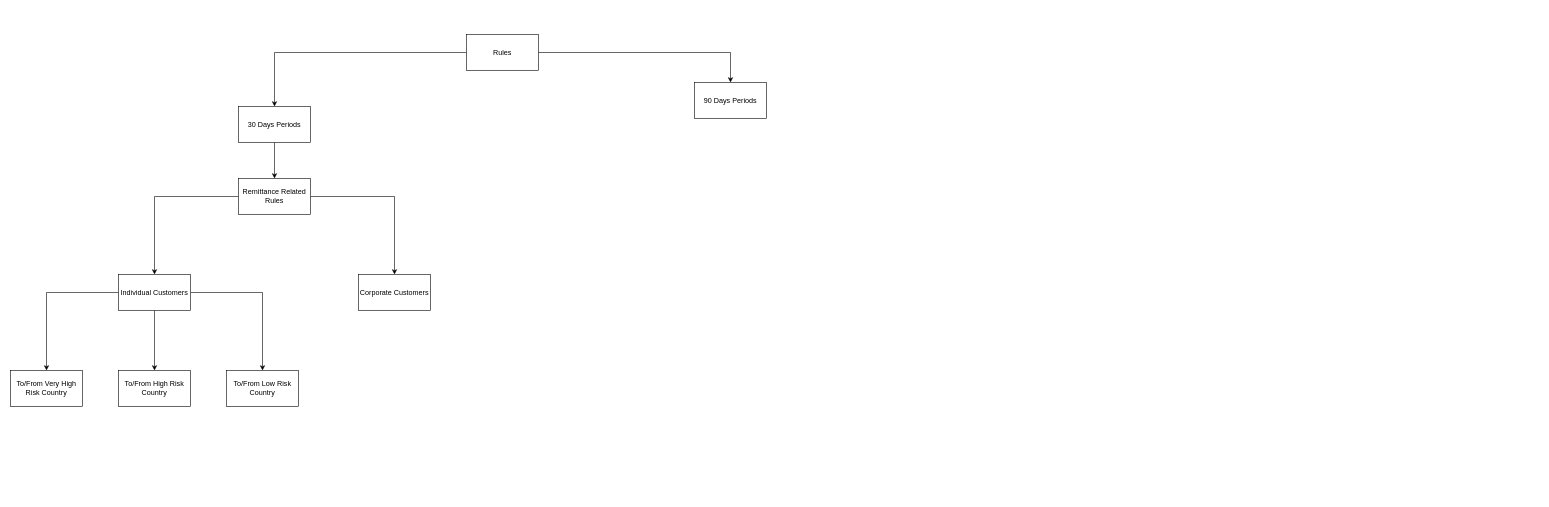
This is Data/Alert Clusters.drawio from eek-dataguy/Unsupervised-ML, a draw.io file, before an edit. Source tidied: cells renumbered, new cells numbered last; positions are measured from the earlier drawing's top-left corner, leaving out a move shared by most shapes. Both pictures are drawn from the tidied source at 60%, with x=0, y=0 at pixel (10, 34).
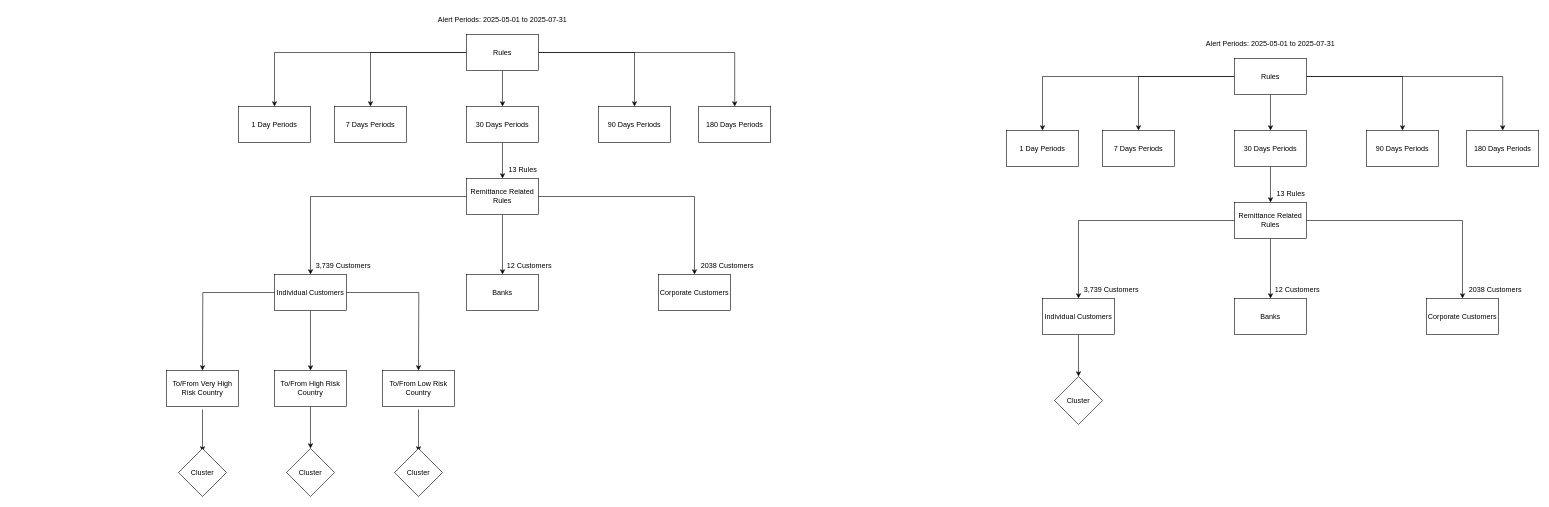
The same page after the edit.

Unchanged cells that the change refers to:
```xml
<mxCell id="4" value="Rules" style="rounded=0;whiteSpace=wrap;html=1;" parent="1" vertex="1">
  <mxGeometry x="760" width="120" height="60" as="geometry" />
</mxCell>
```

Change to the diagram source:
```diff
@@
+    <mxCell id="19" style="edgeStyle=orthogonalEdgeStyle;rounded=0;jettySize=auto;html=1;" parent="1" edge="1" source="4" target="29">
+      <mxGeometry relative="1" as="geometry" />
+    </mxCell>
+    <mxCell id="20" style="edgeStyle=orthogonalEdgeStyle;rounded=0;jettySize=auto;html=1;" parent="1" edge="1" source="4" target="30">
+      <mxGeometry relative="1" as="geometry" />
+    </mxCell>
+    <mxCell id="21" style="edgeStyle=orthogonalEdgeStyle;rounded=0;jettySize=auto;html=1;" parent="1" edge="1" source="4" target="32">
+      <mxGeometry relative="1" as="geometry" />
+    </mxCell>
@@
-    <mxCell id="5" style="edgeStyle=orthogonalEdgeStyle;rounded=0;jettySize=auto;html=1;" parent="1" edge="1" source="6" target="10">
-      <mxGeometry relative="1" as="geometry" />
-    </mxCell>
-    <mxCell id="6" value="30 Days Periods" style="rounded=0;whiteSpace=wrap;html=1;" parent="1" vertex="1">
+    <mxCell id="6" value="1 Day Periods" style="rounded=0;whiteSpace=wrap;html=1;" parent="1" vertex="1">
       <mxGeometry x="380" y="120" width="120" height="60" as="geometry" />
     </mxCell>
-    <mxCell id="7" value="90 Days Periods" style="rounded=0;whiteSpace=wrap;html=1;" parent="1" vertex="1">
-      <mxGeometry x="1140" y="80" width="120" height="60" as="geometry" />
+    <mxCell id="7" value="180 Days Periods" style="rounded=0;whiteSpace=wrap;html=1;" parent="1" vertex="1">
+      <mxGeometry x="1147" y="120" width="120" height="60" as="geometry" />
     </mxCell>
@@
+    <mxCell id="22" style="edgeStyle=orthogonalEdgeStyle;rounded=0;jettySize=auto;html=1;" parent="1" edge="1" source="10" target="33">
+      <mxGeometry relative="1" as="geometry" />
+    </mxCell>
     <mxCell id="10" value="Remittance Related Rules" style="whiteSpace=wrap;html=1;rounded=0;" parent="1" vertex="1">
-      <mxGeometry x="380" y="240" width="120" height="60" as="geometry" />
+      <mxGeometry x="760" y="240" width="120" height="60" as="geometry" />
     </mxCell>
-    <mxCell id="11" style="edgeStyle=orthogonalEdgeStyle;rounded=0;jettySize=auto;html=1;" parent="1" edge="1" source="14" target="16">
-      <mxGeometry relative="1" as="geometry" />
+    <mxCell id="11" style="edgeStyle=orthogonalEdgeStyle;rounded=0;jettySize=auto;html=1;" parent="1" edge="1" source="14">
+      <mxGeometry relative="1" as="geometry">
+        <mxPoint x="320" y="560" as="targetPoint" />
+      </mxGeometry>
     </mxCell>
-    <mxCell id="12" style="edgeStyle=orthogonalEdgeStyle;rounded=0;jettySize=auto;html=1;" parent="1" edge="1" source="14" target="17">
-      <mxGeometry relative="1" as="geometry" />
+    <mxCell id="12" style="edgeStyle=orthogonalEdgeStyle;rounded=0;jettySize=auto;html=1;" parent="1" edge="1" source="14">
+      <mxGeometry relative="1" as="geometry">
+        <mxPoint x="680" y="560" as="targetPoint" />
+      </mxGeometry>
     </mxCell>
@@
     <mxCell id="14" value="Individual Customers" style="rounded=0;whiteSpace=wrap;html=1;" parent="1" vertex="1">
-      <mxGeometry x="180" y="400" width="120" height="60" as="geometry" />
+      <mxGeometry x="440" y="400" width="120" height="60" as="geometry" />
     </mxCell>
     <mxCell id="15" value="Corporate Customers" style="whiteSpace=wrap;html=1;rounded=0;" parent="1" vertex="1">
-      <mxGeometry x="580" y="400" width="120" height="60" as="geometry" />
+      <mxGeometry x="1080" y="400" width="120" height="60" as="geometry" />
     </mxCell>
+    <mxCell id="23" style="edgeStyle=orthogonalEdgeStyle;rounded=0;orthogonalLoop=1;jettySize=auto;html=1;" parent="1" edge="1">
+      <mxGeometry relative="1" as="geometry">
+        <mxPoint x="320" y="625" as="sourcePoint" />
+        <mxPoint x="320" y="695" as="targetPoint" />
+      </mxGeometry>
+    </mxCell>
     <mxCell id="16" value="To/From Very High Risk Country" style="whiteSpace=wrap;html=1;rounded=0;" parent="1" vertex="1">
-      <mxGeometry y="560" width="120" height="60" as="geometry" />
+      <mxGeometry x="260" y="560" width="120" height="60" as="geometry" />
     </mxCell>
+    <mxCell id="24" style="edgeStyle=orthogonalEdgeStyle;rounded=0;orthogonalLoop=1;jettySize=auto;html=1;" parent="1" edge="1">
+      <mxGeometry relative="1" as="geometry">
+        <mxPoint x="680" y="625" as="sourcePoint" />
+        <mxPoint x="680" y="695" as="targetPoint" />
+      </mxGeometry>
+    </mxCell>
     <mxCell id="17" value="To/From Low Risk Country" style="rounded=0;whiteSpace=wrap;html=1;" parent="1" vertex="1">
-      <mxGeometry x="360" y="560" width="120" height="60" as="geometry" />
+      <mxGeometry x="620" y="560" width="120" height="60" as="geometry" />
     </mxCell>
+    <mxCell id="25" style="edgeStyle=orthogonalEdgeStyle;rounded=0;jettySize=auto;html=1;" parent="1" edge="1" source="18" target="27">
+      <mxGeometry relative="1" as="geometry" />
+    </mxCell>
     <mxCell id="18" value="To/From High Risk Country" style="whiteSpace=wrap;html=1;rounded=0;" parent="1" vertex="1">
-      <mxGeometry x="180" y="560" width="120" height="60" as="geometry" />
+      <mxGeometry x="440" y="560" width="120" height="60" as="geometry" />
     </mxCell>
+    <mxCell id="26" value="Cluster" style="rhombus;whiteSpace=wrap;html=1;rounded=0;" parent="1" vertex="1">
+      <mxGeometry x="280" y="690" width="80" height="80" as="geometry" />
+    </mxCell>
+    <mxCell id="27" value="Cluster" style="rhombus;whiteSpace=wrap;html=1;rounded=0;" parent="1" vertex="1">
+      <mxGeometry x="460" y="690" width="80" height="80" as="geometry" />
+    </mxCell>
+    <mxCell id="28" value="Cluster" style="rhombus;whiteSpace=wrap;html=1;rounded=0;" parent="1" vertex="1">
+      <mxGeometry x="640" y="690" width="80" height="80" as="geometry" />
+    </mxCell>
+    <mxCell id="29" value="90 Days Periods" style="rounded=0;whiteSpace=wrap;html=1;" parent="1" vertex="1">
+      <mxGeometry x="980" y="120" width="120" height="60" as="geometry" />
+    </mxCell>
+    <mxCell id="30" value="7 Days Periods" style="whiteSpace=wrap;html=1;rounded=0;" parent="1" vertex="1">
+      <mxGeometry x="540" y="120" width="120" height="60" as="geometry" />
+    </mxCell>
+    <mxCell id="31" style="edgeStyle=orthogonalEdgeStyle;rounded=0;jettySize=auto;html=1;" parent="1" edge="1" source="32" target="10">
+      <mxGeometry relative="1" as="geometry" />
+    </mxCell>
+    <mxCell id="32" value="30 Days Periods" style="whiteSpace=wrap;html=1;rounded=0;" parent="1" vertex="1">
+      <mxGeometry x="760" y="120" width="120" height="60" as="geometry" />
+    </mxCell>
+    <mxCell id="33" value="Banks" style="whiteSpace=wrap;html=1;rounded=0;" parent="1" vertex="1">
+      <mxGeometry x="760" y="400" width="120" height="60" as="geometry" />
+    </mxCell>
+    <mxCell id="34" value="12 Customers" style="text;html=1;align=center;verticalAlign=middle;whiteSpace=wrap;rounded=0;" parent="1" vertex="1">
+      <mxGeometry x="820" y="370" width="90" height="30" as="geometry" />
+    </mxCell>
+    <mxCell id="35" value="3,739 Customers" style="text;html=1;align=center;verticalAlign=middle;whiteSpace=wrap;rounded=0;" parent="1" vertex="1">
+      <mxGeometry x="500" y="370" width="110" height="30" as="geometry" />
+    </mxCell>
+    <mxCell id="36" value="2038 Customers" style="text;html=1;align=center;verticalAlign=middle;whiteSpace=wrap;rounded=0;" parent="1" vertex="1">
+      <mxGeometry x="1140" y="370" width="110" height="30" as="geometry" />
+    </mxCell>
+    <mxCell id="37" value="Alert Periods: 2025-05-01 to 2025-07-31" style="text;html=1;align=center;verticalAlign=middle;whiteSpace=wrap;rounded=0;" parent="1" vertex="1">
+      <mxGeometry x="690" y="-40" width="260" height="30" as="geometry" />
+    </mxCell>
+    <mxCell id="38" value="13 Rules" style="text;html=1;align=center;verticalAlign=middle;whiteSpace=wrap;rounded=0;" parent="1" vertex="1">
+      <mxGeometry x="824" y="210" width="60" height="30" as="geometry" />
+    </mxCell>
+    <mxCell id="39" style="edgeStyle=orthogonalEdgeStyle;rounded=0;jettySize=auto;html=1;" parent="1" edge="1" source="44" target="45">
+      <mxGeometry relative="1" as="geometry" />
+    </mxCell>
+    <mxCell id="40" style="edgeStyle=orthogonalEdgeStyle;rounded=0;jettySize=auto;html=1;" parent="1" edge="1" source="44" target="46">
+      <mxGeometry relative="1" as="geometry" />
+    </mxCell>
+    <mxCell id="41" style="edgeStyle=orthogonalEdgeStyle;rounded=0;jettySize=auto;html=1;" parent="1" edge="1" source="44" target="54">
+      <mxGeometry relative="1" as="geometry" />
+    </mxCell>
+    <mxCell id="42" style="edgeStyle=orthogonalEdgeStyle;rounded=0;jettySize=auto;html=1;" parent="1" edge="1" source="44" target="55">
+      <mxGeometry relative="1" as="geometry" />
+    </mxCell>
+    <mxCell id="43" style="edgeStyle=orthogonalEdgeStyle;rounded=0;jettySize=auto;html=1;" parent="1" edge="1" source="44" target="57">
+      <mxGeometry relative="1" as="geometry" />
+    </mxCell>
+    <mxCell id="44" value="Rules" style="rounded=0;whiteSpace=wrap;html=1;" parent="1" vertex="1">
+      <mxGeometry x="2040" y="40" width="120" height="60" as="geometry" />
+    </mxCell>
+    <mxCell id="45" value="1 Day Periods" style="rounded=0;whiteSpace=wrap;html=1;" parent="1" vertex="1">
+      <mxGeometry x="1660" y="160" width="120" height="60" as="geometry" />
+    </mxCell>
+    <mxCell id="46" value="180 Days Periods" style="rounded=0;whiteSpace=wrap;html=1;" parent="1" vertex="1">
+      <mxGeometry x="2427" y="160" width="120" height="60" as="geometry" />
+    </mxCell>
+    <mxCell id="47" style="edgeStyle=orthogonalEdgeStyle;rounded=0;jettySize=auto;html=1;" parent="1" edge="1" source="50" target="52">
+      <mxGeometry relative="1" as="geometry" />
+    </mxCell>
+    <mxCell id="48" style="edgeStyle=orthogonalEdgeStyle;rounded=0;jettySize=auto;html=1;entryX=0.5;entryY=0;entryDx=0;entryDy=0;" parent="1" edge="1" source="50" target="53">
+      <mxGeometry relative="1" as="geometry" />
+    </mxCell>
+    <mxCell id="49" style="edgeStyle=orthogonalEdgeStyle;rounded=0;jettySize=auto;html=1;" parent="1" edge="1" source="50" target="58">
+      <mxGeometry relative="1" as="geometry" />
+    </mxCell>
+    <mxCell id="50" value="Remittance Related Rules" style="whiteSpace=wrap;html=1;rounded=0;" parent="1" vertex="1">
+      <mxGeometry x="2040" y="280" width="120" height="60" as="geometry" />
+    </mxCell>
+    <mxCell id="51" style="edgeStyle=orthogonalEdgeStyle;rounded=0;jettySize=auto;html=1;" parent="1" edge="1" source="52" target="64">
+      <mxGeometry relative="1" as="geometry" />
+    </mxCell>
+    <mxCell id="52" value="Individual Customers" style="rounded=0;whiteSpace=wrap;html=1;" parent="1" vertex="1">
+      <mxGeometry x="1720" y="440" width="120" height="60" as="geometry" />
+    </mxCell>
+    <mxCell id="53" value="Corporate Customers" style="whiteSpace=wrap;html=1;rounded=0;" parent="1" vertex="1">
+      <mxGeometry x="2360" y="440" width="120" height="60" as="geometry" />
+    </mxCell>
+    <mxCell id="54" value="90 Days Periods" style="rounded=0;whiteSpace=wrap;html=1;" parent="1" vertex="1">
+      <mxGeometry x="2260" y="160" width="120" height="60" as="geometry" />
+    </mxCell>
+    <mxCell id="55" value="7 Days Periods" style="whiteSpace=wrap;html=1;rounded=0;" parent="1" vertex="1">
+      <mxGeometry x="1820" y="160" width="120" height="60" as="geometry" />
+    </mxCell>
+    <mxCell id="56" style="edgeStyle=orthogonalEdgeStyle;rounded=0;jettySize=auto;html=1;" parent="1" edge="1" source="57" target="50">
+      <mxGeometry relative="1" as="geometry" />
+    </mxCell>
+    <mxCell id="57" value="30 Days Periods" style="whiteSpace=wrap;html=1;rounded=0;" parent="1" vertex="1">
+      <mxGeometry x="2040" y="160" width="120" height="60" as="geometry" />
+    </mxCell>
+    <mxCell id="58" value="Banks" style="whiteSpace=wrap;html=1;rounded=0;" parent="1" vertex="1">
+      <mxGeometry x="2040" y="440" width="120" height="60" as="geometry" />
+    </mxCell>
+    <mxCell id="59" value="12 Customers" style="text;html=1;align=center;verticalAlign=middle;whiteSpace=wrap;rounded=0;" parent="1" vertex="1">
+      <mxGeometry x="2100" y="410" width="90" height="30" as="geometry" />
+    </mxCell>
+    <mxCell id="60" value="3,739 Customers" style="text;html=1;align=center;verticalAlign=middle;whiteSpace=wrap;rounded=0;" parent="1" vertex="1">
+      <mxGeometry x="1780" y="410" width="110" height="30" as="geometry" />
+    </mxCell>
+    <mxCell id="61" value="2038 Customers" style="text;html=1;align=center;verticalAlign=middle;whiteSpace=wrap;rounded=0;" parent="1" vertex="1">
+      <mxGeometry x="2420" y="410" width="110" height="30" as="geometry" />
+    </mxCell>
+    <mxCell id="62" value="Alert Periods: 2025-05-01 to 2025-07-31" style="text;html=1;align=center;verticalAlign=middle;whiteSpace=wrap;rounded=0;" parent="1" vertex="1">
+      <mxGeometry x="1970" width="260" height="30" as="geometry" />
+    </mxCell>
+    <mxCell id="63" value="13 Rules" style="text;html=1;align=center;verticalAlign=middle;whiteSpace=wrap;rounded=0;" parent="1" vertex="1">
+      <mxGeometry x="2104" y="250" width="60" height="30" as="geometry" />
+    </mxCell>
+    <mxCell id="64" value="Cluster" style="rhombus;whiteSpace=wrap;html=1;rounded=0;" parent="1" vertex="1">
+      <mxGeometry x="1740" y="570" width="80" height="80" as="geometry" />
+    </mxCell>
```
